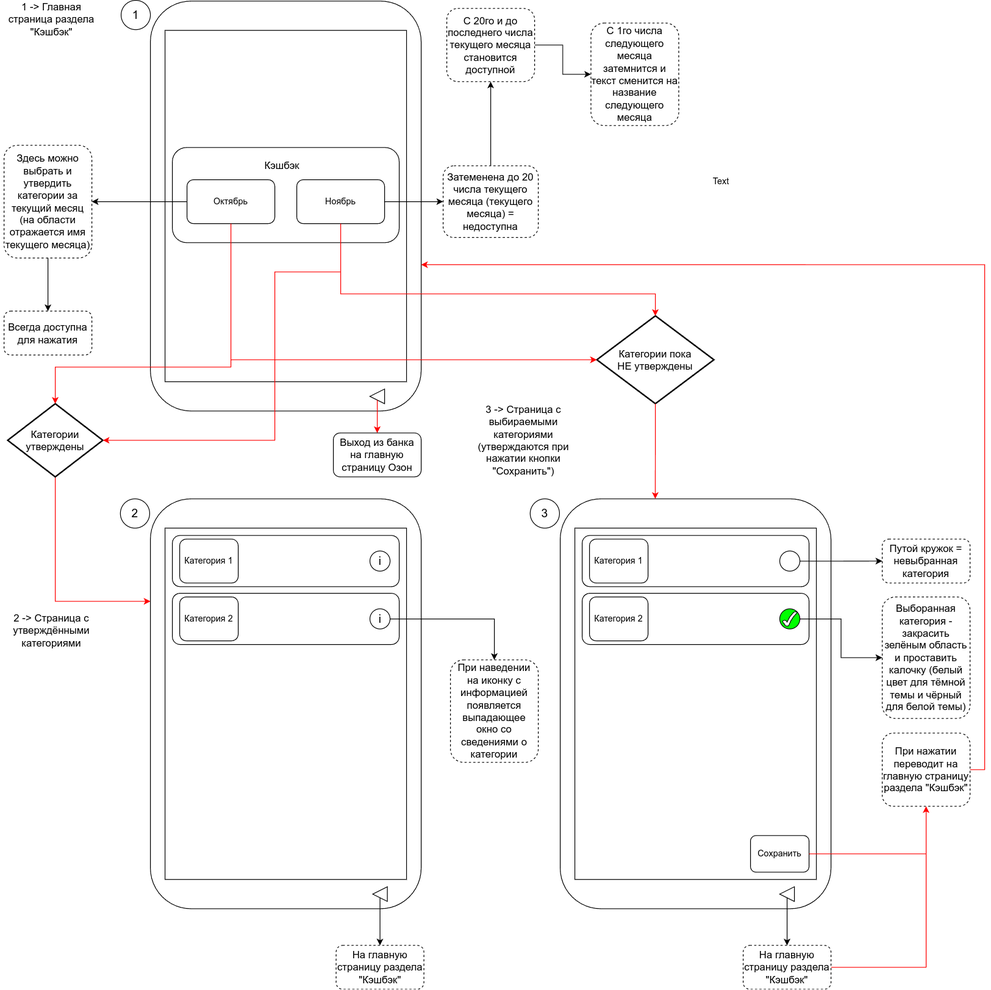
Earlier version of the draw.io export Stanley_Kudrow/ex02/Ozon_next_month_cashback_feature_mobile_app.drawio.png (abdullahproff/BSA21_1). Source tidied: cells renumbered, new cells last; positions are measured from the earlier drawing's top-left corner, leaving out a move shared by most shapes.
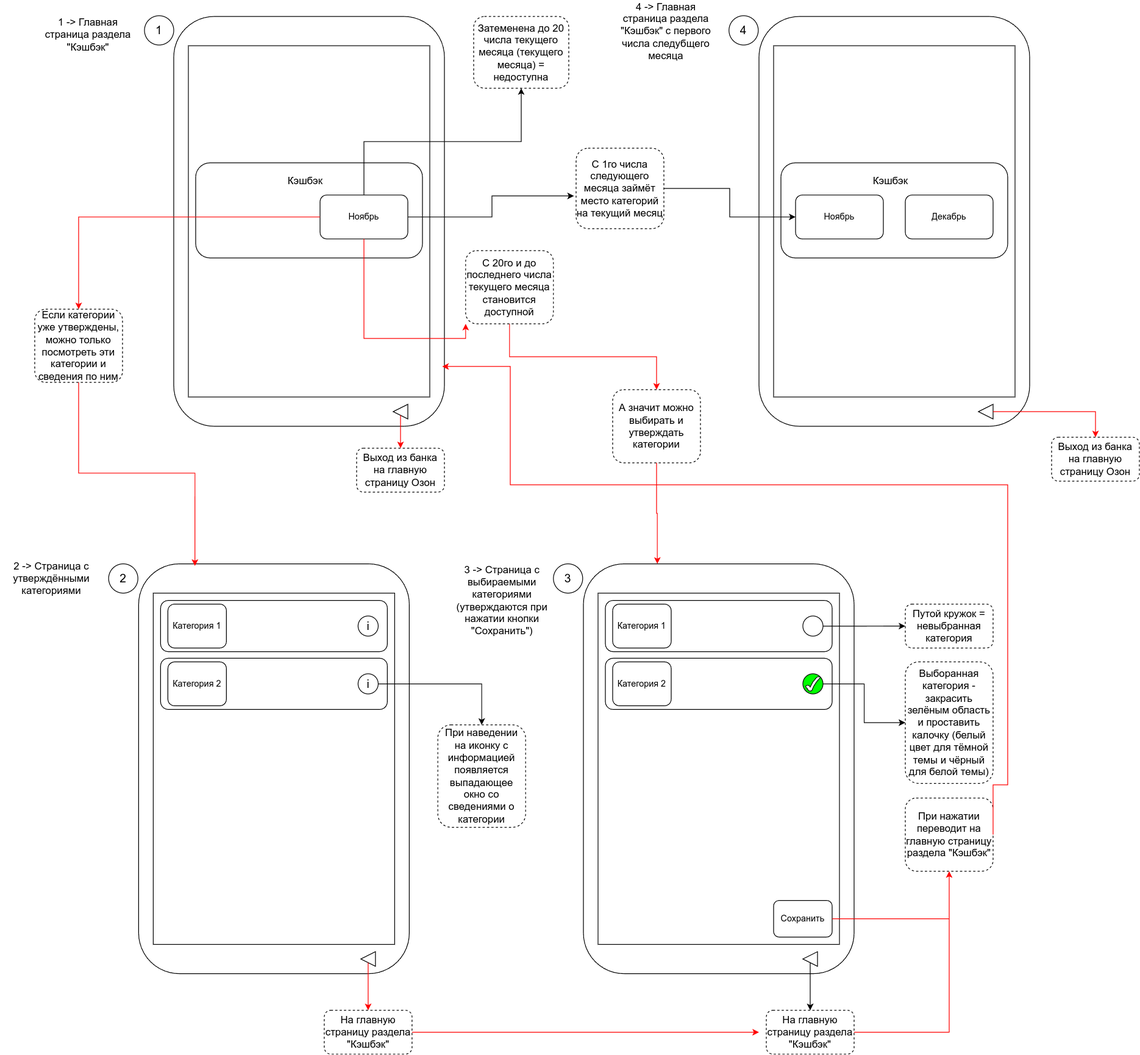
The same file after the commit.

Change to the diagram source:
```diff
@@ -16,5 +16,2 @@
     </mxCell>
-    <mxCell id="6" value="Октябрь" style="rounded=1;whiteSpace=wrap;html=1;" parent="2" vertex="1">
-      <mxGeometry x="50" y="244" width="120" height="60" as="geometry" />
-    </mxCell>
     <mxCell id="7" value="Ноябрь" style="rounded=1;whiteSpace=wrap;html=1;" parent="2" vertex="1">
@@ -28,22 +25,7 @@
     </mxCell>
-    <mxCell id="10" style="edgeStyle=orthogonalEdgeStyle;rounded=0;jettySize=auto;html=1;" parent="1" edge="1" source="11" target="26">
-      <mxGeometry relative="1" as="geometry" />
-    </mxCell>
-    <mxCell id="11" value="&lt;font style=&quot;font-size: 14px;&quot;&gt;Здесь можно выбрать и утвердить категории за текущий месяц (на области отражается имя текущего месяца)&lt;/font&gt;" style="rounded=1;whiteSpace=wrap;html=1;dashed=1;" parent="1" vertex="1">
-      <mxGeometry x="5" y="198" width="120" height="154" as="geometry" />
-    </mxCell>
-    <mxCell id="12" style="edgeStyle=orthogonalEdgeStyle;rounded=0;jettySize=auto;html=1;" parent="1" edge="1" source="6" target="11">
-      <mxGeometry relative="1" as="geometry" />
-    </mxCell>
-    <mxCell id="13" style="edgeStyle=orthogonalEdgeStyle;rounded=0;jettySize=auto;html=1;" parent="1" edge="1" source="14" target="40">
-      <mxGeometry relative="1" as="geometry" />
-    </mxCell>
     <mxCell id="14" value="&lt;font style=&quot;font-size: 14px;&quot;&gt;Затеменена до 20 числа текущего месяца (текущего месяца) = недоступна&lt;/font&gt;" style="whiteSpace=wrap;html=1;rounded=1;dashed=1;" parent="1" vertex="1">
-      <mxGeometry x="605" y="226" width="130" height="98" as="geometry" />
+      <mxGeometry x="615" y="1" width="130" height="98" as="geometry" />
     </mxCell>
-    <mxCell id="15" style="edgeStyle=orthogonalEdgeStyle;rounded=0;jettySize=auto;html=1;" parent="1" edge="1" source="7" target="14">
-      <mxGeometry relative="1" as="geometry" />
-    </mxCell>
     <mxCell id="16" style="group;" parent="1" vertex="1">
-      <mxGeometry x="205" y="681" width="370" height="560" as="geometry" />
+      <mxGeometry x="157" y="749" width="370" height="560" as="geometry" />
     </mxCell>
@@ -76,7 +58,4 @@
     </mxCell>
-    <mxCell id="26" value="&lt;font style=&quot;font-size: 14px;&quot;&gt;Всегда доступна для нажатия&lt;/font&gt;" style="whiteSpace=wrap;html=1;rounded=1;dashed=1;" parent="1" vertex="1">
-      <mxGeometry x="5" y="424.5" width="120" height="60" as="geometry" />
-    </mxCell>
     <mxCell id="27" style="group;" parent="1" vertex="1">
-      <mxGeometry x="765" y="681" width="370" height="560" as="geometry" />
+      <mxGeometry x="765" y="749" width="370" height="560" as="geometry" />
     </mxCell>
@@ -115,13 +94,13 @@
     </mxCell>
-    <mxCell id="39" style="edgeStyle=orthogonalEdgeStyle;rounded=0;jettySize=auto;html=1;" parent="1" edge="1" source="40" target="41">
-      <mxGeometry relative="1" as="geometry" />
-    </mxCell>
+    <mxCell id="73" style="edgeStyle=orthogonalEdgeStyle;rounded=0;jettySize=auto;html=1;exitX=0.5;exitY=1;exitDx=0;exitDy=0;entryX=0.5;entryY=0;entryDx=0;entryDy=0;strokeColor=#FF0000;" parent="1" edge="1" source="40" target="78">
+      <mxGeometry relative="1" as="geometry" />
+    </mxCell>
     <mxCell id="40" value="&lt;font style=&quot;font-size: 14px;&quot;&gt;С 20го и до последнего числа текущего месяца становится доступной&lt;/font&gt;" style="whiteSpace=wrap;html=1;rounded=1;dashed=1;" parent="1" vertex="1">
-      <mxGeometry x="610" y="11" width="120" height="100" as="geometry" />
+      <mxGeometry x="604" y="321" width="120" height="100" as="geometry" />
     </mxCell>
-    <mxCell id="41" value="&lt;font style=&quot;font-size: 14px;&quot;&gt;С 1го числа следующего месяца затемнится и текст сменится на название следующего месяца&lt;/font&gt;" style="whiteSpace=wrap;html=1;rounded=1;dashed=1;" parent="1" vertex="1">
-      <mxGeometry x="807" y="31" width="120" height="140" as="geometry" />
+    <mxCell id="41" value="&lt;font style=&quot;font-size: 14px;&quot;&gt;С 1го числа следующего месяца займёт место категорий на текущий месяц&lt;/font&gt;" style="whiteSpace=wrap;html=1;rounded=1;dashed=1;" parent="1" vertex="1">
+      <mxGeometry x="755" y="181" width="120" height="110" as="geometry" />
     </mxCell>
     <mxCell id="42" value="&lt;font style=&quot;font-size: 14px;&quot;&gt;Путой кружок = невыбранная категория&lt;/font&gt;" style="rounded=1;whiteSpace=wrap;html=1;dashed=1;" parent="1" vertex="1">
-      <mxGeometry x="1205" y="736" width="120" height="60" as="geometry" />
+      <mxGeometry x="1205" y="804" width="120" height="60" as="geometry" />
     </mxCell>
@@ -131,3 +110,3 @@
     <mxCell id="44" value="&lt;font style=&quot;font-size: 14px;&quot;&gt;Выборанная категория - закрасить зелёным область и проставить калочку (белый цвет для тёмной темы и чёрный для белой темы)&lt;/font&gt;" style="rounded=1;whiteSpace=wrap;html=1;fillColor=#FFFFFF;dashed=1;" parent="1" vertex="1">
-      <mxGeometry x="1205" y="815" width="120" height="166" as="geometry" />
+      <mxGeometry x="1205" y="883" width="120" height="166" as="geometry" />
     </mxCell>
@@ -137,3 +116,3 @@
     <mxCell id="46" value="&lt;font style=&quot;font-size: 14px;&quot;&gt;При нажатии переводит на главную страницу раздела &quot;Кэшбэк&quot;&lt;/font&gt;" style="rounded=1;whiteSpace=wrap;html=1;dashed=1;" parent="1" vertex="1">
-      <mxGeometry x="1205" y="1001" width="120" height="100" as="geometry" />
+      <mxGeometry x="1205" y="1069" width="120" height="100" as="geometry" />
     </mxCell>
@@ -146,3 +125,3 @@
     <mxCell id="49" value="&lt;font style=&quot;font-size: 14px;&quot;&gt;При наведении на иконку с информацией появляется выпадающее окно со сведениями о категории&lt;/font&gt;" style="rounded=1;whiteSpace=wrap;html=1;dashed=1;" parent="1" vertex="1">
-      <mxGeometry x="615" y="901" width="120" height="140" as="geometry" />
+      <mxGeometry x="566" y="969" width="120" height="140" as="geometry" />
     </mxCell>
@@ -152,11 +131,19 @@
     <mxCell id="51" value="&lt;font size=&quot;3&quot;&gt;2&lt;/font&gt;" style="ellipse;whiteSpace=wrap;html=1;" parent="1" vertex="1">
-      <mxGeometry x="164" y="681" width="40" height="40" as="geometry" />
+      <mxGeometry x="116" y="749" width="40" height="40" as="geometry" />
     </mxCell>
     <mxCell id="52" value="&lt;font size=&quot;3&quot;&gt;3&lt;/font&gt;" style="ellipse;whiteSpace=wrap;html=1;" parent="1" vertex="1">
-      <mxGeometry x="724" y="681" width="40" height="40" as="geometry" />
+      <mxGeometry x="724" y="749" width="40" height="40" as="geometry" />
     </mxCell>
-    <mxCell id="53" style="edgeStyle=orthogonalEdgeStyle;rounded=0;jettySize=auto;html=1;exitX=1;exitY=0.5;exitDx=0;exitDy=0;entryX=1;entryY=0.643;entryDx=0;entryDy=0;entryPerimeter=0;strokeColor=#FF0000;" parent="1" edge="1" source="46" target="3">
-      <mxGeometry relative="1" as="geometry" />
+    <mxCell id="53" style="edgeStyle=orthogonalEdgeStyle;rounded=0;jettySize=auto;html=1;exitX=1;exitY=0.5;exitDx=0;exitDy=0;entryX=0.992;entryY=0.854;entryDx=0;entryDy=0;entryPerimeter=0;strokeColor=#FF0000;" parent="1" edge="1" source="46" target="3">
+      <mxGeometry relative="1" as="geometry">
+        <Array as="points">
+          <mxPoint x="1325" y="1051" />
+          <mxPoint x="1345" y="1051" />
+          <mxPoint x="1345" y="641" />
+          <mxPoint x="665" y="641" />
+          <mxPoint x="665" y="479" />
+        </Array>
+      </mxGeometry>
     </mxCell>
-    <mxCell id="54" value="&lt;font style=&quot;font-size: 14px;&quot;&gt;Выход из банка на главную страницу Озон&lt;/font&gt;" style="rounded=1;whiteSpace=wrap;html=1;" parent="1" vertex="1">
+    <mxCell id="54" value="&lt;font style=&quot;font-size: 14px;&quot;&gt;Выход из банка на главную страницу Озон&lt;/font&gt;" style="rounded=1;whiteSpace=wrap;html=1;dashed=1;" parent="1" vertex="1">
       <mxGeometry x="455" y="591" width="120" height="60" as="geometry" />
@@ -166,6 +153,11 @@
     </mxCell>
+    <mxCell id="74" style="edgeStyle=orthogonalEdgeStyle;rounded=0;jettySize=auto;html=1;exitX=1;exitY=0.5;exitDx=0;exitDy=0;strokeColor=#FF0000;" parent="1" edge="1" source="56">
+      <mxGeometry relative="1" as="geometry">
+        <mxPoint x="1005" y="1389" as="targetPoint" />
+      </mxGeometry>
+    </mxCell>
     <mxCell id="56" value="&lt;font style=&quot;font-size: 14px;&quot;&gt;На главную страницу раздела &quot;Кэшбэк&quot;&lt;/font&gt;" style="rounded=1;whiteSpace=wrap;html=1;dashed=1;" parent="1" vertex="1">
-      <mxGeometry x="458.8" y="1291" width="120" height="60" as="geometry" />
+      <mxGeometry x="410.8" y="1359" width="120" height="60" as="geometry" />
     </mxCell>
-    <mxCell id="57" style="edgeStyle=orthogonalEdgeStyle;rounded=0;jettySize=auto;html=1;strokeColor=#000000;" parent="1" edge="1" source="25" target="56">
+    <mxCell id="57" style="edgeStyle=orthogonalEdgeStyle;rounded=0;jettySize=auto;html=1;strokeColor=#FF0000;" parent="1" edge="1" source="25" target="56">
       <mxGeometry relative="1" as="geometry" />
@@ -176,3 +168,3 @@
     <mxCell id="59" value="&lt;span style=&quot;font-size: 14px;&quot;&gt;На главную страницу раздела &quot;Кэшбэк&quot;&lt;/span&gt;" style="rounded=1;whiteSpace=wrap;html=1;dashed=1;" parent="1" vertex="1">
-      <mxGeometry x="1015" y="1291" width="120" height="60" as="geometry" />
+      <mxGeometry x="1015" y="1359" width="120" height="60" as="geometry" />
     </mxCell>
@@ -181,54 +173,74 @@
     </mxCell>
-    <mxCell id="61" value="Text" style="text;html=1;align=center;verticalAlign=middle;whiteSpace=wrap;rounded=0;" parent="1" vertex="1">
-      <mxGeometry x="955" y="233" width="60" height="30" as="geometry" />
-    </mxCell>
     <mxCell id="62" value="&lt;font style=&quot;font-size: 14px;&quot;&gt;1 -&amp;gt; Главная страница раздела &quot;Кэшбэк&quot;&lt;/font&gt;" style="text;html=1;align=center;verticalAlign=middle;whiteSpace=wrap;rounded=0;" parent="1" vertex="1">
-      <mxGeometry x="5" y="1" width="130" height="50" as="geometry" />
+      <mxGeometry x="23" y="1" width="130" height="50" as="geometry" />
     </mxCell>
     <mxCell id="63" value="&lt;span style=&quot;font-size: 14px;&quot;&gt;2 -&amp;gt; Страница с утверждёнными категориями&lt;/span&gt;" style="text;html=1;align=center;verticalAlign=middle;whiteSpace=wrap;rounded=0;" parent="1" vertex="1">
-      <mxGeometry y="831" width="140" height="60" as="geometry" />
+      <mxGeometry x="-32" y="739" width="140" height="60" as="geometry" />
     </mxCell>
     <mxCell id="64" value="&lt;span style=&quot;font-size: 14px;&quot;&gt;3 -&amp;gt; Страница с выбираемыми категориями (утверждаются при нажатии кнопки &quot;Сохранить&quot;)&lt;/span&gt;" style="text;html=1;align=center;verticalAlign=middle;whiteSpace=wrap;rounded=0;" parent="1" vertex="1">
-      <mxGeometry x="645" y="541" width="140" height="120" as="geometry" />
+      <mxGeometry x="584" y="739" width="140" height="120" as="geometry" />
     </mxCell>
-    <mxCell id="65" style="edgeStyle=orthogonalEdgeStyle;rounded=0;jettySize=auto;html=1;exitX=0.5;exitY=1;exitDx=0;exitDy=0;exitPerimeter=0;entryX=0;entryY=0.25;entryDx=0;entryDy=0;strokeColor=#FF0000;" parent="1" edge="1" source="66" target="17">
-      <mxGeometry relative="1" as="geometry" />
-    </mxCell>
-    <mxCell id="66" value="&lt;font style=&quot;font-size: 14px;&quot;&gt;Категории утверждены&lt;/font&gt;" style="strokeWidth=2;html=1;shape=mxgraph.flowchart.decision;whiteSpace=wrap;" parent="1" vertex="1">
-      <mxGeometry x="10" y="551" width="130" height="100" as="geometry" />
-    </mxCell>
-    <mxCell id="67" style="edgeStyle=orthogonalEdgeStyle;rounded=0;jettySize=auto;html=1;exitX=0.5;exitY=1;exitDx=0;exitDy=0;entryX=0.5;entryY=0;entryDx=0;entryDy=0;entryPerimeter=0;strokeColor=#FF0000;" parent="1" edge="1" source="6" target="66">
-      <mxGeometry relative="1" as="geometry">
-        <Array as="points">
-          <mxPoint x="315" y="501" />
-          <mxPoint x="75" y="501" />
-        </Array>
-      </mxGeometry>
-    </mxCell>
-    <mxCell id="68" style="edgeStyle=orthogonalEdgeStyle;rounded=0;jettySize=auto;html=1;exitX=0.5;exitY=1;exitDx=0;exitDy=0;entryX=1;entryY=0.5;entryDx=0;entryDy=0;entryPerimeter=0;strokeColor=#FF0000;" parent="1" edge="1" source="7" target="66">
-      <mxGeometry relative="1" as="geometry">
-        <Array as="points">
-          <mxPoint x="465" y="371" />
-          <mxPoint x="375" y="371" />
-          <mxPoint x="375" y="601" />
-        </Array>
-      </mxGeometry>
-    </mxCell>
-    <mxCell id="69" value="&lt;font style=&quot;font-size: 14px;&quot;&gt;Категории пока&lt;/font&gt;&lt;div&gt;&lt;font style=&quot;font-size: 14px;&quot;&gt;НЕ утверждены&lt;/font&gt;&lt;/div&gt;" style="strokeWidth=2;html=1;shape=mxgraph.flowchart.decision;whiteSpace=wrap;" parent="1" vertex="1">
-      <mxGeometry x="815" y="431" width="160" height="120" as="geometry" />
-    </mxCell>
-    <mxCell id="70" style="edgeStyle=orthogonalEdgeStyle;rounded=0;jettySize=auto;html=1;exitX=0.5;exitY=1;exitDx=0;exitDy=0;entryX=0.5;entryY=0;entryDx=0;entryDy=0;entryPerimeter=0;strokeColor=#FF0000;" parent="1" edge="1" source="7" target="69">
-      <mxGeometry relative="1" as="geometry">
-        <Array as="points">
-          <mxPoint x="465" y="401" />
-          <mxPoint x="895" y="401" />
-        </Array>
-      </mxGeometry>
-    </mxCell>
-    <mxCell id="71" style="edgeStyle=orthogonalEdgeStyle;rounded=0;jettySize=auto;html=1;exitX=0.5;exitY=1;exitDx=0;exitDy=0;entryX=0;entryY=0.5;entryDx=0;entryDy=0;entryPerimeter=0;strokeColor=#FF0000;" parent="1" edge="1" source="6" target="69">
-      <mxGeometry relative="1" as="geometry" />
-    </mxCell>
-    <mxCell id="72" style="edgeStyle=orthogonalEdgeStyle;rounded=0;jettySize=auto;html=1;exitX=0.5;exitY=1;exitDx=0;exitDy=0;exitPerimeter=0;entryX=0.351;entryY=0;entryDx=0;entryDy=0;entryPerimeter=0;strokeColor=#FF0000;" parent="1" edge="1" source="69" target="28">
-      <mxGeometry relative="1" as="geometry" />
-    </mxCell>
+    <mxCell id="75" value="&lt;font style=&quot;font-size: 14px;&quot;&gt;Если категории уже утверждены, можно только посмотреть эти категории и сведения по ним&lt;/font&gt;" style="rounded=1;whiteSpace=wrap;html=1;dashed=1;" parent="1" vertex="1">
+      <mxGeometry x="15" y="401" width="120" height="100" as="geometry" />
+    </mxCell>
+    <mxCell id="76" style="edgeStyle=orthogonalEdgeStyle;rounded=0;jettySize=auto;html=1;exitX=0;exitY=0.5;exitDx=0;exitDy=0;entryX=0.5;entryY=0;entryDx=0;entryDy=0;strokeColor=#FF0000;" parent="1" edge="1" source="7" target="75">
+      <mxGeometry relative="1" as="geometry" />
+    </mxCell>
+    <mxCell id="77" style="edgeStyle=orthogonalEdgeStyle;rounded=0;jettySize=auto;html=1;exitX=0.5;exitY=1;exitDx=0;exitDy=0;entryX=0.208;entryY=0.005;entryDx=0;entryDy=0;entryPerimeter=0;strokeColor=#FF0000;" parent="1" edge="1" source="75" target="17">
+      <mxGeometry relative="1" as="geometry" />
+    </mxCell>
+    <mxCell id="78" value="&lt;font style=&quot;font-size: 14px;&quot;&gt;А значит можно выбирать и утверждать категории&lt;/font&gt;" style="rounded=1;whiteSpace=wrap;html=1;dashed=1;" parent="1" vertex="1">
+      <mxGeometry x="805" y="511" width="120" height="100" as="geometry" />
+    </mxCell>
+    <mxCell id="79" style="edgeStyle=orthogonalEdgeStyle;rounded=0;jettySize=auto;html=1;exitX=0.5;exitY=1;exitDx=0;exitDy=0;entryX=0;entryY=1;entryDx=0;entryDy=0;strokeColor=#FF0000;" parent="1" edge="1" source="7" target="40">
+      <mxGeometry relative="1" as="geometry" />
+    </mxCell>
+    <mxCell id="15" style="edgeStyle=orthogonalEdgeStyle;rounded=0;jettySize=auto;html=1;exitX=0.5;exitY=0;exitDx=0;exitDy=0;entryX=0.5;entryY=1;entryDx=0;entryDy=0;" parent="1" edge="1" source="7" target="14">
+      <mxGeometry relative="1" as="geometry" />
+    </mxCell>
+    <mxCell id="80" style="edgeStyle=orthogonalEdgeStyle;rounded=0;jettySize=auto;html=1;exitX=1;exitY=0.5;exitDx=0;exitDy=0;entryX=-0.025;entryY=0.593;entryDx=0;entryDy=0;entryPerimeter=0;" parent="1" edge="1" source="7" target="41">
+      <mxGeometry relative="1" as="geometry" />
+    </mxCell>
+    <mxCell id="81" style="group;" parent="1" vertex="1">
+      <mxGeometry x="1005" y="1" width="370" height="560" as="geometry" />
+    </mxCell>
+    <mxCell id="82" style="rounded=1;whiteSpace=wrap;html=1;" parent="81" vertex="1">
+      <mxGeometry width="370" height="560" as="geometry" />
+    </mxCell>
+    <mxCell id="83" style="rounded=0;whiteSpace=wrap;html=1;" parent="81" vertex="1">
+      <mxGeometry x="20" y="40" width="330" height="480" as="geometry" />
+    </mxCell>
+    <mxCell id="84" style="rounded=1;whiteSpace=wrap;html=1;" parent="81" vertex="1">
+      <mxGeometry x="30" y="200" width="310" height="130" as="geometry" />
+    </mxCell>
+    <mxCell id="85" value="Декабрь" style="rounded=1;whiteSpace=wrap;html=1;" parent="81" vertex="1">
+      <mxGeometry x="200" y="244" width="120" height="60" as="geometry" />
+    </mxCell>
+    <mxCell id="86" value="&lt;font style=&quot;font-size: 14px;&quot;&gt;Кэшбэк&lt;/font&gt;" style="text;html=1;align=center;verticalAlign=middle;whiteSpace=wrap;rounded=0;" parent="81" vertex="1">
+      <mxGeometry x="150" y="210" width="60" height="30" as="geometry" />
+    </mxCell>
+    <mxCell id="87" style="triangle;whiteSpace=wrap;html=1;rotation=-180;" parent="81" vertex="1">
+      <mxGeometry x="300" y="530" width="20" height="20" as="geometry" />
+    </mxCell>
+    <mxCell id="88" value="Ноябрь" style="rounded=1;whiteSpace=wrap;html=1;" parent="81" vertex="1">
+      <mxGeometry x="50" y="244" width="120" height="60" as="geometry" />
+    </mxCell>
+    <mxCell id="89" value="&lt;font size=&quot;3&quot;&gt;4&lt;/font&gt;" style="ellipse;whiteSpace=wrap;html=1;" parent="1" vertex="1">
+      <mxGeometry x="964" width="40" height="40" as="geometry" />
+    </mxCell>
+    <mxCell id="90" value="&lt;font style=&quot;font-size: 14px;&quot;&gt;4 -&amp;gt; Главная страница раздела &quot;Кэшбэк&quot; с первого числа следубщего месяца&lt;/font&gt;" style="text;html=1;align=center;verticalAlign=middle;whiteSpace=wrap;rounded=0;" parent="1" vertex="1">
+      <mxGeometry x="813" y="-4" width="130" height="50" as="geometry" />
+    </mxCell>
+    <mxCell id="91" style="edgeStyle=orthogonalEdgeStyle;rounded=0;jettySize=auto;html=1;exitX=0.5;exitY=1;exitDx=0;exitDy=0;entryX=0.273;entryY=0;entryDx=0;entryDy=0;entryPerimeter=0;strokeColor=#FF0000;" parent="1" edge="1" source="78" target="28">
+      <mxGeometry relative="1" as="geometry" />
+    </mxCell>
+    <mxCell id="92" style="edgeStyle=orthogonalEdgeStyle;rounded=0;jettySize=auto;html=1;exitX=1;exitY=0.5;exitDx=0;exitDy=0;entryX=0;entryY=0.5;entryDx=0;entryDy=0;" parent="1" edge="1" source="41" target="88">
+      <mxGeometry relative="1" as="geometry" />
+    </mxCell>
+    <mxCell id="93" value="&lt;font style=&quot;font-size: 14px;&quot;&gt;Выход из банка на главную страницу Озон&lt;/font&gt;" style="rounded=1;whiteSpace=wrap;html=1;dashed=1;" parent="1" vertex="1">
+      <mxGeometry x="1405" y="576" width="120" height="60" as="geometry" />
+    </mxCell>
+    <mxCell id="94" style="edgeStyle=orthogonalEdgeStyle;rounded=0;jettySize=auto;html=1;exitX=0;exitY=0.5;exitDx=0;exitDy=0;entryX=0.5;entryY=0;entryDx=0;entryDy=0;strokeColor=#FF0000;" parent="1" edge="1" source="87" target="93">
+      <mxGeometry relative="1" as="geometry" />
+    </mxCell>
   </root>
```
